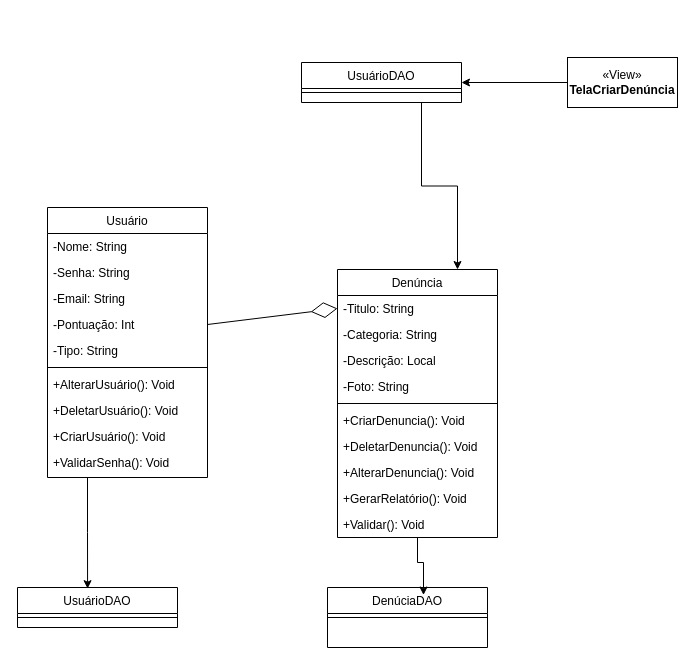
This is Documentação/CasoDeUsoCriarDenuncia.drawio from frsouzaa/Documentacao-TCC-NossaVia, a draw.io file, before an edit. Source tidied: cells renumbered, new cells numbered last; positions are measured from the earlier drawing's top-left corner, leaving out a move shared by most shapes. Both pictures are drawn from the tidied source at 100%, with x=0, y=0 at pixel (17, 57).
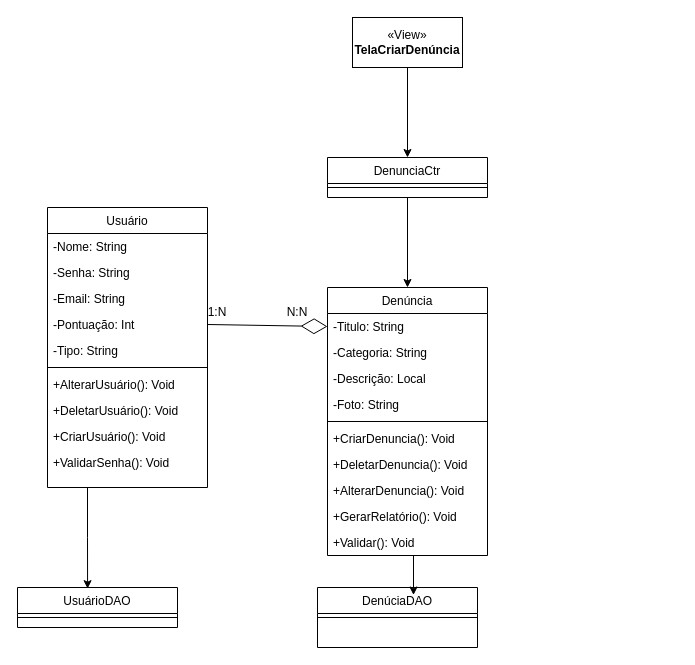
The same diagram, later.

What changed in the source:
```diff
@@
     <mxCell id="2" value="DenúciaDAO&#10;" style="swimlane;fontStyle=0;align=center;verticalAlign=top;horizontal=1;startSize=26;rounded=0;shadow=0;strokeWidth=1;" parent="1" vertex="1">
-      <mxGeometry x="310" y="530" width="160" height="60" as="geometry" />
+      <mxGeometry x="300" y="530" width="160" height="60" as="geometry" />
     </mxCell>
@@
     <mxCell id="4" value="Denúncia" style="swimlane;fontStyle=0;align=center;verticalAlign=top;horizontal=1;startSize=26;rounded=0;shadow=0;strokeWidth=1;" parent="1" vertex="1">
-      <mxGeometry x="320" y="212" width="160" height="268" as="geometry" />
+      <mxGeometry x="310" y="230" width="160" height="268" as="geometry" />
     </mxCell>
@@
     <mxCell id="15" value="Usuário" style="swimlane;fontStyle=0;align=center;verticalAlign=top;horizontal=1;startSize=26;rounded=0;shadow=0;strokeWidth=1;" parent="1" vertex="1">
-      <mxGeometry x="30" y="150" width="160" height="270" as="geometry" />
+      <mxGeometry x="30" y="150" width="160" height="280" as="geometry" />
     </mxCell>
@@
-    <mxCell id="30" style="edgeStyle=orthogonalEdgeStyle;rounded=0;jettySize=auto;html=1;entryX=1;entryY=0.5;entryDx=0;entryDy=0;" parent="1" edge="1" source="31" target="34">
+    <mxCell id="30" style="edgeStyle=orthogonalEdgeStyle;rounded=0;jettySize=auto;html=1;entryX=0.5;entryY=0;entryDx=0;entryDy=0;" parent="1" edge="1" source="31" target="34">
       <mxGeometry relative="1" as="geometry" />
     </mxCell>
     <mxCell id="31" value="«View»&lt;br&gt;&lt;b&gt;TelaCriarDenúncia&lt;br&gt;&lt;/b&gt;" style="html=1;whiteSpace=wrap;" parent="1" vertex="1">
-      <mxGeometry x="550" width="110" height="50" as="geometry" />
+      <mxGeometry x="335" y="-40" width="110" height="50" as="geometry" />
     </mxCell>
-    <mxCell id="32" style="edgeStyle=orthogonalEdgeStyle;rounded=0;jettySize=auto;html=1;exitX=0.75;exitY=1;exitDx=0;exitDy=0;entryX=0.75;entryY=0;entryDx=0;entryDy=0;" parent="1" edge="1" source="34" target="4">
+    <mxCell id="32" style="edgeStyle=orthogonalEdgeStyle;rounded=0;jettySize=auto;html=1;exitX=0.5;exitY=1;exitDx=0;exitDy=0;entryX=0.5;entryY=0;entryDx=0;entryDy=0;" parent="1" edge="1" source="34" target="4">
       <mxGeometry relative="1" as="geometry" />
     </mxCell>
@@
-    <mxCell id="34" value="UsuárioDAO&#10;" style="swimlane;fontStyle=0;align=center;verticalAlign=top;horizontal=1;startSize=26;rounded=0;shadow=0;strokeWidth=1;" parent="1" vertex="1">
-      <mxGeometry x="284" y="5" width="160" height="40" as="geometry" />
+    <mxCell id="34" value="DenunciaCtr&#10;" style="swimlane;fontStyle=0;align=center;verticalAlign=top;horizontal=1;startSize=26;rounded=0;shadow=0;strokeWidth=1;" parent="1" vertex="1">
+      <mxGeometry x="310" y="100" width="160" height="40" as="geometry" />
     </mxCell>
@@
+    <mxCell id="36" value="1:N" style="text;html=1;align=center;verticalAlign=middle;whiteSpace=wrap;rounded=0;" parent="1" vertex="1">
+      <mxGeometry x="170" y="240" width="60" height="30" as="geometry" />
+    </mxCell>
+    <mxCell id="37" value="N:N" style="text;html=1;align=center;verticalAlign=middle;whiteSpace=wrap;rounded=0;" parent="1" vertex="1">
+      <mxGeometry x="250" y="240" width="60" height="30" as="geometry" />
+    </mxCell>
```
